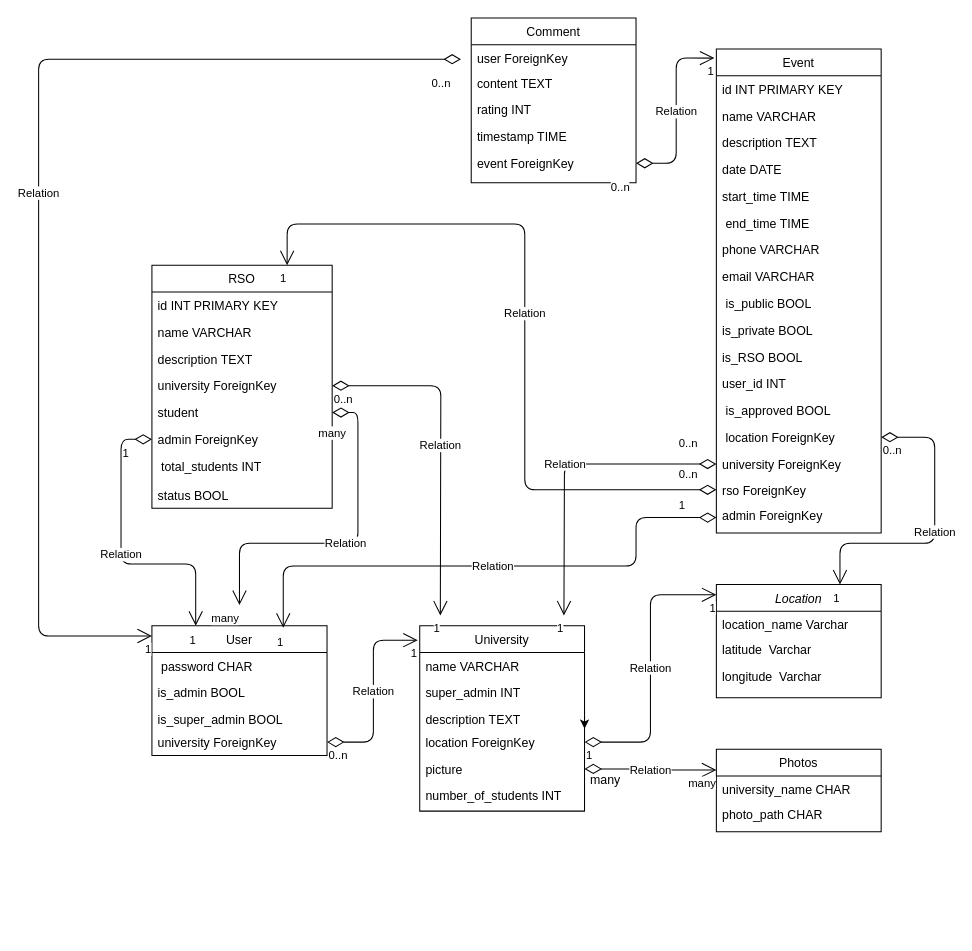
This is college_event_website/Untitled Diagram.drawio from yao1999/College-Event-Website, a draw.io file, before an edit. Source tidied: cells renumbered, new cells numbered last; positions are measured from the earlier drawing's top-left corner, leaving out a move shared by most shapes. Both pictures are drawn from the tidied source at 103%, with x=0, y=0 at pixel (38, 18).
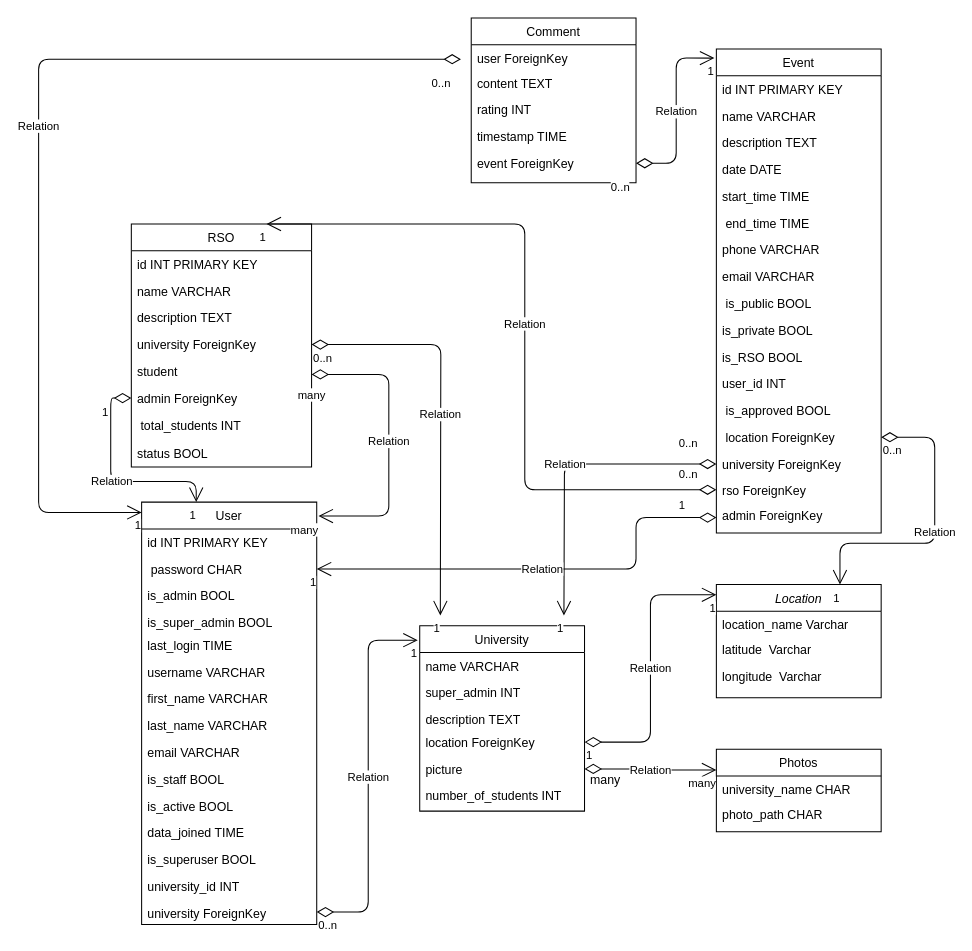
The same diagram, later.

Unchanged cells that the change refers to:
```xml
<mxCell id="38" value="student " style="text;strokeColor=none;fillColor=none;align=left;verticalAlign=top;spacingLeft=4;spacingRight=4;overflow=hidden;points=[[0,0.5],[1,0.5]];portConstraint=eastwest;" parent="33" vertex="1">
  <mxGeometry y="130" width="175" height="26" as="geometry" />
</mxCell>
<mxCell id="39" value="admin ForeignKey" style="text;strokeColor=none;fillColor=none;align=left;verticalAlign=top;spacingLeft=4;spacingRight=4;overflow=hidden;points=[[0,0.5],[1,0.5]];portConstraint=eastwest;" parent="33" vertex="1">
  <mxGeometry y="156" width="175" height="26" as="geometry" />
</mxCell>
<mxCell id="42" value="University" style="swimlane;fontStyle=0;horizontal=1;startSize=26;fillColor=none;" parent="1" vertex="1">
  <mxGeometry x="370" y="590" width="160" height="180" as="geometry" />
</mxCell>
<mxCell id="45" value="description TEXT" style="text;strokeColor=none;fillColor=none;align=left;verticalAlign=top;spacingLeft=4;spacingRight=4;overflow=hidden;points=[[0,0.5],[1,0.5]];portConstraint=eastwest;" parent="42" vertex="1">
  <mxGeometry y="78" width="160" height="22" as="geometry" />
</mxCell>
```

What changed in the source:
```diff
@@
     <mxCell id="33" value="RSO" style="swimlane;fontStyle=0;horizontal=1;startSize=26;fillColor=none;" parent="1" vertex="1">
-      <mxGeometry x="110" y="240" width="175" height="236" as="geometry" />
+      <mxGeometry x="90" y="200" width="175" height="236" as="geometry" />
     </mxCell>
@@
-    <mxCell id="49" style="edgeStyle=orthogonalEdgeStyle;rounded=0;orthogonalLoop=1;jettySize=auto;html=1;exitX=1;exitY=0.5;exitDx=0;exitDy=0;entryX=1;entryY=1;entryDx=0;entryDy=0;entryPerimeter=0;" parent="42" edge="1" source="45" target="45">
-      <mxGeometry relative="1" as="geometry" />
-    </mxCell>
@@
     <mxCell id="56" value="User" style="swimlane;fontStyle=0;horizontal=1;startSize=26;fillColor=none;" parent="1" vertex="1">
-      <mxGeometry x="110" y="590" width="170" height="126" as="geometry" />
+      <mxGeometry x="100" y="470" width="170" height="410" as="geometry" />
     </mxCell>
+    <mxCell id="91" value="id INT PRIMARY KEY" style="text;strokeColor=none;fillColor=none;align=left;verticalAlign=top;spacingLeft=4;spacingRight=4;overflow=hidden;" parent="56" vertex="1">
+      <mxGeometry y="26" width="170" height="26" as="geometry" />
+    </mxCell>
     <mxCell id="57" value=" password CHAR" style="text;strokeColor=none;fillColor=none;align=left;verticalAlign=top;spacingLeft=4;spacingRight=4;overflow=hidden;points=[[0,0.5],[1,0.5]];portConstraint=eastwest;" parent="56" vertex="1">
-      <mxGeometry y="26" width="170" height="26" as="geometry" />
+      <mxGeometry y="52" width="170" height="26" as="geometry" />
     </mxCell>
     <mxCell id="58" value="is_admin BOOL" style="text;strokeColor=none;fillColor=none;align=left;verticalAlign=top;spacingLeft=4;spacingRight=4;overflow=hidden;" parent="56" vertex="1">
-      <mxGeometry y="52" width="170" height="26" as="geometry" />
+      <mxGeometry y="78" width="170" height="26" as="geometry" />
     </mxCell>
     <mxCell id="59" value="is_super_admin BOOL" style="text;strokeColor=none;fillColor=none;align=left;verticalAlign=top;spacingLeft=4;spacingRight=4;overflow=hidden;" parent="56" vertex="1">
-      <mxGeometry y="78" width="170" height="22" as="geometry" />
+      <mxGeometry y="104" width="170" height="22" as="geometry" />
     </mxCell>
+    <mxCell id="92" value="last_login TIME" style="text;strokeColor=none;fillColor=none;align=left;verticalAlign=top;spacingLeft=4;spacingRight=4;overflow=hidden;" parent="56" vertex="1">
+      <mxGeometry y="126" width="170" height="26" as="geometry" />
+    </mxCell>
+    <mxCell id="93" value="username VARCHAR" style="text;strokeColor=none;fillColor=none;align=left;verticalAlign=top;spacingLeft=4;spacingRight=4;overflow=hidden;" parent="56" vertex="1">
+      <mxGeometry y="152" width="170" height="26" as="geometry" />
+    </mxCell>
+    <mxCell id="94" value="first_name VARCHAR" style="text;strokeColor=none;fillColor=none;align=left;verticalAlign=top;spacingLeft=4;spacingRight=4;overflow=hidden;" parent="56" vertex="1">
+      <mxGeometry y="178" width="170" height="26" as="geometry" />
+    </mxCell>
+    <mxCell id="95" value="last_name VARCHAR" style="text;strokeColor=none;fillColor=none;align=left;verticalAlign=top;spacingLeft=4;spacingRight=4;overflow=hidden;" parent="56" vertex="1">
+      <mxGeometry y="204" width="170" height="26" as="geometry" />
+    </mxCell>
+    <mxCell id="96" value="email VARCHAR" style="text;strokeColor=none;fillColor=none;align=left;verticalAlign=top;spacingLeft=4;spacingRight=4;overflow=hidden;" parent="56" vertex="1">
+      <mxGeometry y="230" width="170" height="26" as="geometry" />
+    </mxCell>
+    <mxCell id="97" value="is_staff BOOL" style="text;strokeColor=none;fillColor=none;align=left;verticalAlign=top;spacingLeft=4;spacingRight=4;overflow=hidden;" parent="56" vertex="1">
+      <mxGeometry y="256" width="170" height="26" as="geometry" />
+    </mxCell>
+    <mxCell id="98" value="is_active BOOL" style="text;strokeColor=none;fillColor=none;align=left;verticalAlign=top;spacingLeft=4;spacingRight=4;overflow=hidden;" parent="56" vertex="1">
+      <mxGeometry y="282" width="170" height="26" as="geometry" />
+    </mxCell>
+    <mxCell id="99" value="data_joined TIME" style="text;strokeColor=none;fillColor=none;align=left;verticalAlign=top;spacingLeft=4;spacingRight=4;overflow=hidden;" parent="56" vertex="1">
+      <mxGeometry y="308" width="170" height="26" as="geometry" />
+    </mxCell>
+    <mxCell id="100" value="is_superuser BOOL" style="text;strokeColor=none;fillColor=none;align=left;verticalAlign=top;spacingLeft=4;spacingRight=4;overflow=hidden;" parent="56" vertex="1">
+      <mxGeometry y="334" width="170" height="26" as="geometry" />
+    </mxCell>
+    <mxCell id="101" value="university_id INT" style="text;strokeColor=none;fillColor=none;align=left;verticalAlign=top;spacingLeft=4;spacingRight=4;overflow=hidden;" parent="56" vertex="1">
+      <mxGeometry y="360" width="170" height="26" as="geometry" />
+    </mxCell>
     <mxCell id="60" value="university ForeignKey" style="text;strokeColor=none;fillColor=none;align=left;verticalAlign=top;spacingLeft=4;spacingRight=4;overflow=hidden;points=[[0,0.5],[1,0.5]];portConstraint=eastwest;" parent="56" vertex="1">
-      <mxGeometry y="100" width="170" height="26" as="geometry" />
+      <mxGeometry y="386" width="170" height="24" as="geometry" />
     </mxCell>
     <mxCell id="61" value="Relation" style="endArrow=open;html=1;endSize=12;startArrow=diamondThin;startSize=14;startFill=0;edgeStyle=orthogonalEdgeStyle;exitX=1;exitY=0.5;exitDx=0;exitDy=0;entryX=-0.012;entryY=0.078;entryDx=0;entryDy=0;entryPerimeter=0;" parent="1" edge="1" source="60" target="42">
-      <mxGeometry relative="1" as="geometry" />
+      <mxGeometry relative="1" as="geometry">
+        <Array as="points">
+          <mxPoint x="320" y="868" />
+          <mxPoint x="320" y="604" />
+        </Array>
+      </mxGeometry>
     </mxCell>
@@
-    <mxCell id="67" value="Relation" style="endArrow=open;html=1;endSize=12;startArrow=diamondThin;startSize=14;startFill=0;edgeStyle=orthogonalEdgeStyle;exitX=1;exitY=0.5;exitDx=0;exitDy=0;" parent="1" edge="1" source="38">
-      <mxGeometry relative="1" as="geometry">
-        <mxPoint x="195" y="570" as="targetPoint" />
-        <Array as="points">
-          <mxPoint x="310" y="383" />
-          <mxPoint x="310" y="510" />
-          <mxPoint x="195" y="510" />
-        </Array>
-      </mxGeometry>
-    </mxCell>
-    <mxCell id="68" value="many" style="edgeLabel;html=1;align=left;verticalAlign=top;" parent="67" vertex="1">
-      <mxGeometry x="-1" relative="1" as="geometry">
-        <mxPoint x="-15" y="7" as="offset" />
-      </mxGeometry>
-    </mxCell>
-    <mxCell id="69" value="many" style="edgeLabel;html=1;align=right;verticalAlign=top;" parent="67" vertex="1">
-      <mxGeometry x="1" relative="1" as="geometry" />
-    </mxCell>
@@
-    <mxCell id="82" value="Relation" style="endArrow=open;html=1;endSize=12;startArrow=diamondThin;startSize=14;startFill=0;edgeStyle=orthogonalEdgeStyle;exitX=0;exitY=0.5;exitDx=0;exitDy=0;entryX=0.25;entryY=0;entryDx=0;entryDy=0;" parent="1" edge="1" source="39" target="56">
+    <mxCell id="82" value="Relation" style="endArrow=open;html=1;endSize=12;startArrow=diamondThin;startSize=14;startFill=0;edgeStyle=orthogonalEdgeStyle;exitX=0;exitY=0.5;exitDx=0;exitDy=0;" parent="1" edge="1" source="39">
       <mxGeometry relative="1" as="geometry">
+        <mxPoint x="153" y="470" as="targetPoint" />
         <Array as="points">
-          <mxPoint x="80" y="409" />
-          <mxPoint x="80" y="530" />
-          <mxPoint x="153" y="530" />
+          <mxPoint x="70" y="369" />
+          <mxPoint x="70" y="450" />
+          <mxPoint x="153" y="450" />
+          <mxPoint x="153" y="470" />
         </Array>
       </mxGeometry>
     </mxCell>
@@
-    <mxCell id="85" value="Relation" style="endArrow=open;html=1;endSize=12;startArrow=diamondThin;startSize=14;startFill=0;edgeStyle=orthogonalEdgeStyle;exitX=0;exitY=0.5;exitDx=0;exitDy=0;entryX=0.75;entryY=0;entryDx=0;entryDy=0;" parent="1" edge="1">
+    <mxCell id="85" value="Relation" style="endArrow=open;html=1;endSize=12;startArrow=diamondThin;startSize=14;startFill=0;edgeStyle=orthogonalEdgeStyle;exitX=0;exitY=0.5;exitDx=0;exitDy=0;entryX=1;entryY=0.5;entryDx=0;entryDy=0;" parent="1" edge="1" target="57">
       <mxGeometry relative="1" as="geometry">
         <mxPoint x="658" y="485" as="sourcePoint" />
-        <mxPoint x="237.5" y="592" as="targetPoint" />
         <Array as="points">
           <mxPoint x="580" y="485" />
-          <mxPoint x="580" y="532" />
-          <mxPoint x="238" y="532" />
+          <mxPoint x="580" y="535" />
         </Array>
       </mxGeometry>
     </mxCell>
@@
-    <mxCell id="88" value="Relation" style="endArrow=open;html=1;endSize=12;startArrow=diamondThin;startSize=14;startFill=0;edgeStyle=orthogonalEdgeStyle;entryX=0;entryY=0.079;entryDx=0;entryDy=0;entryPerimeter=0;" parent="1" edge="1" target="56">
+    <mxCell id="88" value="Relation" style="endArrow=open;html=1;endSize=12;startArrow=diamondThin;startSize=14;startFill=0;edgeStyle=orthogonalEdgeStyle;" parent="1" edge="1" target="56">
       <mxGeometry relative="1" as="geometry">
         <mxPoint x="410" y="40" as="sourcePoint" />
         <Array as="points">
           <mxPoint y="40" />
-          <mxPoint y="600" />
+          <mxPoint y="480" />
         </Array>
       </mxGeometry>
     </mxCell>
@@
+    <mxCell id="67" value="Relation" style="endArrow=open;html=1;endSize=12;startArrow=diamondThin;startSize=14;startFill=0;edgeStyle=orthogonalEdgeStyle;entryX=1.01;entryY=0.033;entryDx=0;entryDy=0;entryPerimeter=0;" parent="1" edge="1" target="56">
+      <mxGeometry relative="1" as="geometry">
+        <mxPoint x="265" y="346" as="sourcePoint" />
+        <Array as="points">
+          <mxPoint x="340" y="346" />
+          <mxPoint x="340" y="484" />
+        </Array>
+      </mxGeometry>
+    </mxCell>
+    <mxCell id="68" value="many" style="edgeLabel;html=1;align=left;verticalAlign=top;" parent="67" vertex="1">
+      <mxGeometry x="-1" relative="1" as="geometry">
+        <mxPoint x="-15" y="7" as="offset" />
+      </mxGeometry>
+    </mxCell>
+    <mxCell id="69" value="many" style="edgeLabel;html=1;align=right;verticalAlign=top;" parent="67" vertex="1">
+      <mxGeometry x="1" relative="1" as="geometry" />
+    </mxCell>
```
